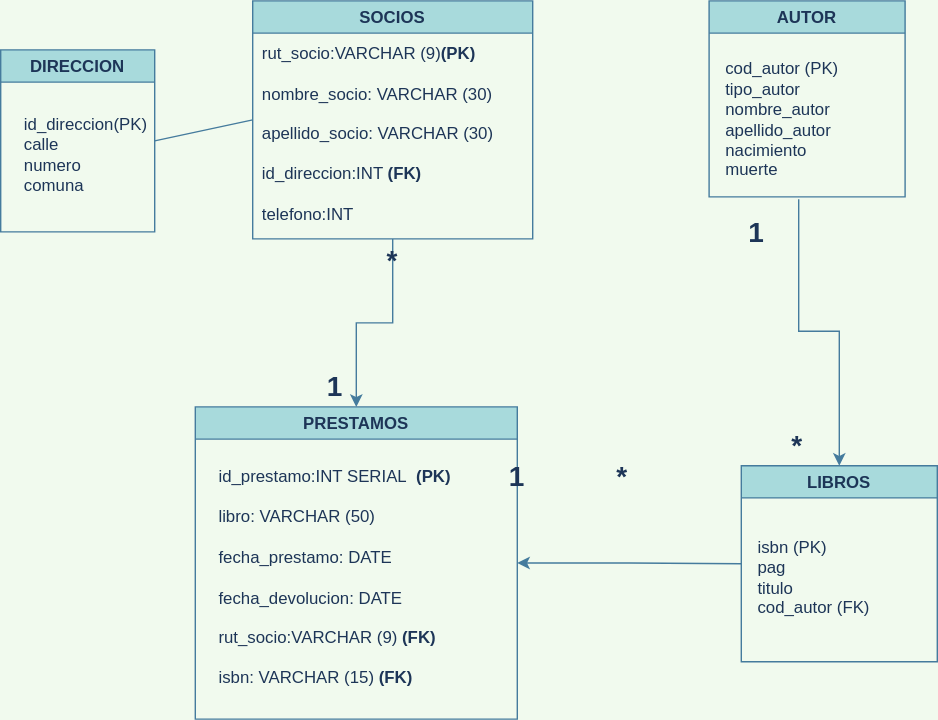
Earlier version of the draw.io export Modelo_Logico_02.svg (latiscool/BD_Bilbioteca_LTG). Source tidied: cells renumbered, new cells last; positions are measured from the earlier drawing's top-left corner, leaving out a move shared by most shapes.
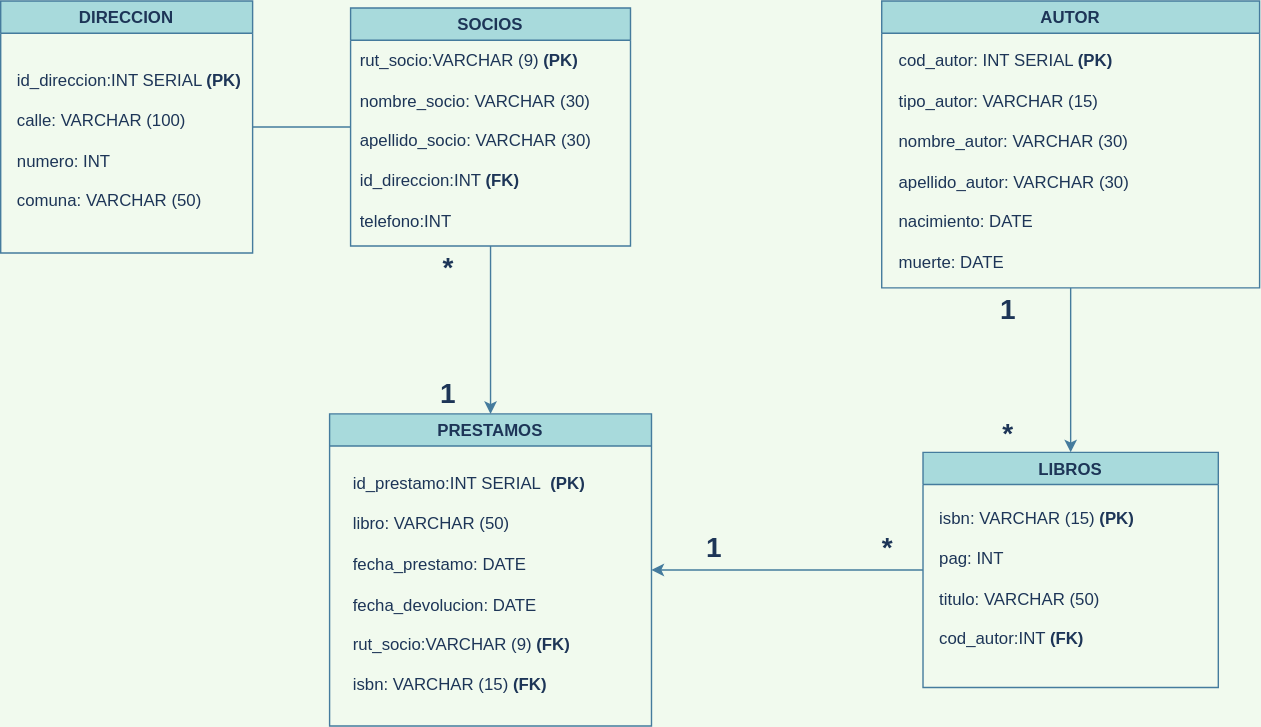
After the commit.

The edit, as a diff of the source:
```diff
@@ -6,61 +6,61 @@
       <mxGeometry relative="1" as="geometry" />
     </mxCell>
     <mxCell id="3" value="SOCIOS" style="swimlane;fillColor=#A8DADC;strokeColor=#457B9D;fontColor=#1D3557;" parent="1" vertex="1">
-      <mxGeometry x="180" width="200" height="170" as="geometry" />
+      <mxGeometry x="250" width="200" height="170" as="geometry" />
     </mxCell>
-    <mxCell id="4" value="&lt;blockquote style=&quot;margin: 0 0 0 40px ; border: none ; padding: 0px&quot;&gt;&lt;/blockquote&gt;rut_socio:VARCHAR (9)&lt;b&gt;(PK)&lt;br&gt;&lt;br&gt;&lt;/b&gt;nombre_socio: VARCHAR (30)&lt;br&gt;&lt;br&gt;&lt;blockquote style=&quot;margin: 0 0 0 40px ; border: none ; padding: 0px&quot;&gt;&lt;/blockquote&gt;apellido_socio:&amp;nbsp;VARCHAR (30)&lt;br&gt;&lt;blockquote style=&quot;margin: 0 0 0 40px ; border: none ; padding: 0px&quot;&gt;&lt;/blockquote&gt;&lt;br&gt;id_direccion:INT &lt;b&gt;(FK)&lt;br&gt;&lt;/b&gt;&lt;br&gt;telefono:INT" style="text;html=1;strokeColor=none;fillColor=none;align=left;verticalAlign=middle;whiteSpace=wrap;rounded=0;fontColor=#1D3557;" parent="3" vertex="1">
+    <mxCell id="4" value="&lt;blockquote style=&quot;margin: 0 0 0 40px ; border: none ; padding: 0px&quot;&gt;&lt;/blockquote&gt;rut_socio:VARCHAR (9)&amp;nbsp;&lt;b&gt;(PK)&lt;br&gt;&lt;br&gt;&lt;/b&gt;nombre_socio: VARCHAR (30)&lt;br&gt;&lt;br&gt;&lt;blockquote style=&quot;margin: 0 0 0 40px ; border: none ; padding: 0px&quot;&gt;&lt;/blockquote&gt;apellido_socio:&amp;nbsp;VARCHAR (30)&lt;br&gt;&lt;blockquote style=&quot;margin: 0 0 0 40px ; border: none ; padding: 0px&quot;&gt;&lt;/blockquote&gt;&lt;br&gt;id_direccion:INT &lt;b&gt;(FK)&lt;br&gt;&lt;/b&gt;&lt;br&gt;telefono:INT" style="text;html=1;strokeColor=none;fillColor=none;align=left;verticalAlign=middle;whiteSpace=wrap;rounded=0;fontColor=#1D3557;" parent="3" vertex="1">
       <mxGeometry x="5" y="30" width="185" height="130" as="geometry" />
     </mxCell>
     <mxCell id="5" style="edgeStyle=orthogonalEdgeStyle;rounded=0;jettySize=auto;html=1;labelBackgroundColor=#F1FAEE;strokeColor=#457B9D;fontColor=#1D3557;endArrow=none;endFill=0;startArrow=classic;startFill=1;" parent="1" edge="1" source="6" target="10">
       <mxGeometry relative="1" as="geometry" />
     </mxCell>
     <mxCell id="6" value="PRESTAMOS" style="swimlane;startSize=23;fillColor=#A8DADC;strokeColor=#457B9D;fontColor=#1D3557;" parent="1" vertex="1">
-      <mxGeometry x="139" y="290" width="230" height="223" as="geometry" />
+      <mxGeometry x="235" y="290" width="230" height="223" as="geometry" />
     </mxCell>
-    <mxCell id="7" value="&lt;font style=&quot;font-size: 20px;&quot;&gt;&lt;b style=&quot;font-size: 20px;&quot;&gt;1&lt;/b&gt;&lt;/font&gt;" style="text;html=1;strokeColor=none;fillColor=none;align=center;verticalAlign=middle;whiteSpace=wrap;rounded=0;fontSize=20;fontColor=#1D3557;" parent="6" vertex="1">
-      <mxGeometry x="70" y="-30" width="60" height="30" as="geometry" />
-    </mxCell>
     <mxCell id="8" value="&lt;blockquote style=&quot;margin: 0 0 0 40px ; border: none ; padding: 0px&quot;&gt;&lt;/blockquote&gt;id_prestamo:INT SERIAL&amp;nbsp; &lt;b&gt;(PK)&lt;/b&gt;&lt;br&gt;&lt;br&gt;libro: VARCHAR (50)&lt;br&gt;&lt;br&gt;fecha_prestamo: DATE&lt;br&gt;&lt;br&gt;fecha_devolucion: DATE&lt;br&gt;&lt;br&gt;rut_socio:VARCHAR (9)&amp;nbsp;&lt;b&gt;(FK)&lt;/b&gt;&lt;br&gt;&amp;nbsp;&lt;br&gt;isbn: VARCHAR (15)&amp;nbsp;&lt;b&gt;(FK)&lt;/b&gt;" style="text;html=1;strokeColor=none;fillColor=none;align=left;verticalAlign=middle;whiteSpace=wrap;rounded=0;fontColor=#1D3557;" parent="6" vertex="1">
       <mxGeometry x="15" y="30" width="200" height="183" as="geometry" />
     </mxCell>
-    <mxCell id="9" style="edgeStyle=orthogonalEdgeStyle;rounded=0;jettySize=auto;html=1;labelBackgroundColor=#F1FAEE;strokeColor=#457B9D;fontColor=#1D3557;exitX=0.45;exitY=1.016;exitDx=0;exitDy=0;entryX=0.5;entryY=0;entryDx=0;entryDy=0;exitPerimeter=0;" parent="1" edge="1" source="13" target="10">
+    <mxCell id="9" style="edgeStyle=orthogonalEdgeStyle;rounded=0;jettySize=auto;html=1;labelBackgroundColor=#F1FAEE;strokeColor=#457B9D;fontColor=#1D3557;exitX=0.5;exitY=1;exitDx=0;exitDy=0;entryX=0.5;entryY=0;entryDx=0;entryDy=0;" parent="1" edge="1" source="12" target="10">
       <mxGeometry relative="1" as="geometry" />
     </mxCell>
     <mxCell id="10" value="LIBROS" style="swimlane;startSize=23;fillColor=#A8DADC;strokeColor=#457B9D;fontColor=#1D3557;" parent="1" vertex="1">
-      <mxGeometry x="529" y="332" width="140" height="140" as="geometry" />
+      <mxGeometry x="659" y="317.5" width="211" height="168" as="geometry" />
     </mxCell>
-    <mxCell id="11" value="&lt;div&gt;&lt;span&gt;isbn (PK)&lt;/span&gt;&lt;/div&gt;&lt;div&gt;&lt;span&gt;pag&lt;/span&gt;&lt;/div&gt;&lt;div&gt;&lt;span&gt;titulo&lt;/span&gt;&lt;/div&gt;&lt;div&gt;&lt;span&gt;cod_autor (FK)&lt;/span&gt;&lt;/div&gt;" style="text;html=1;strokeColor=none;fillColor=none;align=left;verticalAlign=middle;whiteSpace=wrap;rounded=0;sketch=0;fontColor=#1D3557;" parent="10" vertex="1">
-      <mxGeometry x="10" y="30" width="110" height="100" as="geometry" />
+    <mxCell id="11" value="&lt;div&gt;isbn: VARCHAR (15) &lt;b&gt;(PK)&lt;/b&gt;&lt;/div&gt;&lt;div&gt;&lt;b&gt;&lt;br&gt;&lt;/b&gt;&lt;/div&gt;&lt;div&gt;&lt;span&gt;pag: INT&lt;/span&gt;&lt;/div&gt;&lt;div&gt;&lt;span&gt;&lt;br&gt;&lt;/span&gt;&lt;/div&gt;&lt;div&gt;&lt;span&gt;titulo: VARCHAR (50)&lt;/span&gt;&lt;/div&gt;&lt;div&gt;&lt;span&gt;&lt;br&gt;&lt;/span&gt;&lt;/div&gt;&lt;div&gt;cod_autor:INT &lt;b&gt;(FK)&lt;/b&gt;&lt;/div&gt;" style="text;html=1;strokeColor=none;fillColor=none;align=left;verticalAlign=middle;whiteSpace=wrap;rounded=0;sketch=0;fontColor=#1D3557;" parent="10" vertex="1">
+      <mxGeometry x="10" y="30" width="180" height="120" as="geometry" />
     </mxCell>
     <mxCell id="12" value="AUTOR" style="swimlane;fillColor=#A8DADC;strokeColor=#457B9D;fontColor=#1D3557;" parent="1" vertex="1">
-      <mxGeometry x="506" width="140" height="140" as="geometry" />
+      <mxGeometry x="629.5" y="-5" width="270" height="205" as="geometry" />
     </mxCell>
-    <mxCell id="13" value="cod_autor (PK)&lt;br&gt;tipo_autor&lt;br&gt;nombre_autor&lt;br&gt;apellido_autor&lt;br&gt;nacimiento&lt;br&gt;muerte" style="text;html=1;strokeColor=none;fillColor=none;align=left;verticalAlign=middle;whiteSpace=wrap;rounded=0;sketch=0;fontColor=#1D3557;" parent="12" vertex="1">
-      <mxGeometry x="10" y="30" width="120" height="110" as="geometry" />
+    <mxCell id="13" value="cod_autor: INT SERIAL &lt;b&gt;(PK)&lt;br&gt;&lt;/b&gt;&lt;br&gt;tipo_autor: VARCHAR (15)&lt;br&gt;&lt;br&gt;nombre_autor: VARCHAR (30)&lt;br&gt;&lt;br&gt;apellido_autor: VARCHAR (30)&lt;br&gt;&lt;br&gt;nacimiento: DATE&lt;br&gt;&lt;br&gt;muerte: DATE" style="text;html=1;strokeColor=none;fillColor=none;align=left;verticalAlign=middle;whiteSpace=wrap;rounded=0;sketch=0;fontColor=#1D3557;" parent="12" vertex="1">
+      <mxGeometry x="10" y="30" width="250" height="170" as="geometry" />
     </mxCell>
     <mxCell id="14" value="&lt;font style=&quot;font-size: 20px;&quot;&gt;&lt;b style=&quot;font-size: 20px;&quot;&gt;*&lt;/b&gt;&lt;/font&gt;" style="text;html=1;strokeColor=none;fillColor=none;align=center;verticalAlign=middle;whiteSpace=wrap;rounded=0;fontSize=20;fontColor=#1D3557;" parent="1" vertex="1">
-      <mxGeometry x="250" y="170" width="60" height="30" as="geometry" />
+      <mxGeometry x="290" y="170" width="60" height="30" as="geometry" />
     </mxCell>
     <mxCell id="15" value="&lt;font style=&quot;font-size: 20px;&quot;&gt;&lt;b style=&quot;font-size: 20px;&quot;&gt;1&lt;/b&gt;&lt;/font&gt;" style="text;html=1;strokeColor=none;fillColor=none;align=center;verticalAlign=middle;whiteSpace=wrap;rounded=0;fontSize=20;fontColor=#1D3557;" parent="1" vertex="1">
-      <mxGeometry x="339" y="324" width="60" height="30" as="geometry" />
+      <mxGeometry x="480" y="370" width="60" height="30" as="geometry" />
     </mxCell>
     <mxCell id="16" value="&lt;font style=&quot;font-size: 20px&quot;&gt;&lt;b style=&quot;font-size: 20px&quot;&gt;*&lt;/b&gt;&lt;/font&gt;" style="text;html=1;strokeColor=none;fillColor=none;align=center;verticalAlign=middle;whiteSpace=wrap;rounded=0;fontSize=20;fontColor=#1D3557;" parent="1" vertex="1">
-      <mxGeometry x="419" y="324" width="50" height="30" as="geometry" />
+      <mxGeometry x="609" y="370" width="50" height="30" as="geometry" />
     </mxCell>
     <mxCell id="17" value="&lt;font style=&quot;font-size: 20px;&quot;&gt;&lt;b style=&quot;font-size: 20px;&quot;&gt;1&lt;/b&gt;&lt;/font&gt;" style="text;html=1;strokeColor=none;fillColor=none;align=center;verticalAlign=middle;whiteSpace=wrap;rounded=0;fontSize=20;fontColor=#1D3557;" parent="1" vertex="1">
-      <mxGeometry x="510" y="150" width="60" height="30" as="geometry" />
+      <mxGeometry x="690" y="200" width="60" height="30" as="geometry" />
     </mxCell>
     <mxCell id="18" value="&lt;font style=&quot;font-size: 20px&quot;&gt;&lt;b style=&quot;font-size: 20px&quot;&gt;*&lt;/b&gt;&lt;/font&gt;" style="text;html=1;strokeColor=none;fillColor=none;align=center;verticalAlign=middle;whiteSpace=wrap;rounded=0;fontSize=20;fontColor=#1D3557;" parent="1" vertex="1">
-      <mxGeometry x="539" y="302" width="60" height="30" as="geometry" />
+      <mxGeometry x="690" y="287.5" width="60" height="30" as="geometry" />
     </mxCell>
     <mxCell id="19" value="DIRECCION" style="swimlane;rounded=0;sketch=0;fontColor=#1D3557;strokeColor=#457B9D;fillColor=#A8DADC;" parent="1" vertex="1">
-      <mxGeometry y="35" width="110" height="130" as="geometry" />
+      <mxGeometry y="-5" width="180" height="180" as="geometry" />
     </mxCell>
-    <mxCell id="20" value="&lt;blockquote style=&quot;margin: 0 0 0 40px ; border: none ; padding: 0px&quot;&gt;&lt;/blockquote&gt;id_direccion(PK)&lt;br&gt;calle&lt;br&gt;numero&lt;br&gt;comuna" style="text;html=1;strokeColor=none;fillColor=none;align=left;verticalAlign=middle;whiteSpace=wrap;rounded=0;fontColor=#1D3557;" parent="19" vertex="1">
-      <mxGeometry x="15" y="30" width="85" height="90" as="geometry" />
+    <mxCell id="20" value="&lt;blockquote style=&quot;margin: 0 0 0 40px ; border: none ; padding: 0px&quot;&gt;&lt;/blockquote&gt;id_direccion:INT SERIAL &lt;b&gt;(PK)&lt;br&gt;&lt;/b&gt;&lt;br&gt;calle: VARCHAR (100)&lt;br&gt;&lt;br&gt;numero: INT&lt;br&gt;&lt;br&gt;comuna: VARCHAR (50)" style="text;html=1;strokeColor=none;fillColor=none;align=left;verticalAlign=middle;whiteSpace=wrap;rounded=0;fontColor=#1D3557;" parent="19" vertex="1">
+      <mxGeometry x="10" y="30" width="170" height="140" as="geometry" />
     </mxCell>
     <mxCell id="21" style="endArrow=none;html=1;rounded=1;sketch=0;fontColor=#1D3557;strokeColor=#457B9D;fillColor=#A8DADC;curved=0;exitX=0;exitY=0.5;exitDx=0;exitDy=0;entryX=1;entryY=0.5;entryDx=0;entryDy=0;" parent="1" edge="1" source="3" target="19">
       <mxGeometry relative="1" as="geometry" />
     </mxCell>
+    <mxCell id="7" value="&lt;font style=&quot;font-size: 20px;&quot;&gt;&lt;b style=&quot;font-size: 20px;&quot;&gt;1&lt;/b&gt;&lt;/font&gt;" style="text;html=1;strokeColor=none;fillColor=none;align=center;verticalAlign=middle;whiteSpace=wrap;rounded=0;fontSize=20;fontColor=#1D3557;" parent="1" vertex="1">
+      <mxGeometry x="290" y="260" width="60" height="30" as="geometry" />
+    </mxCell>
   </root>
 </mxGraphModel>
```
